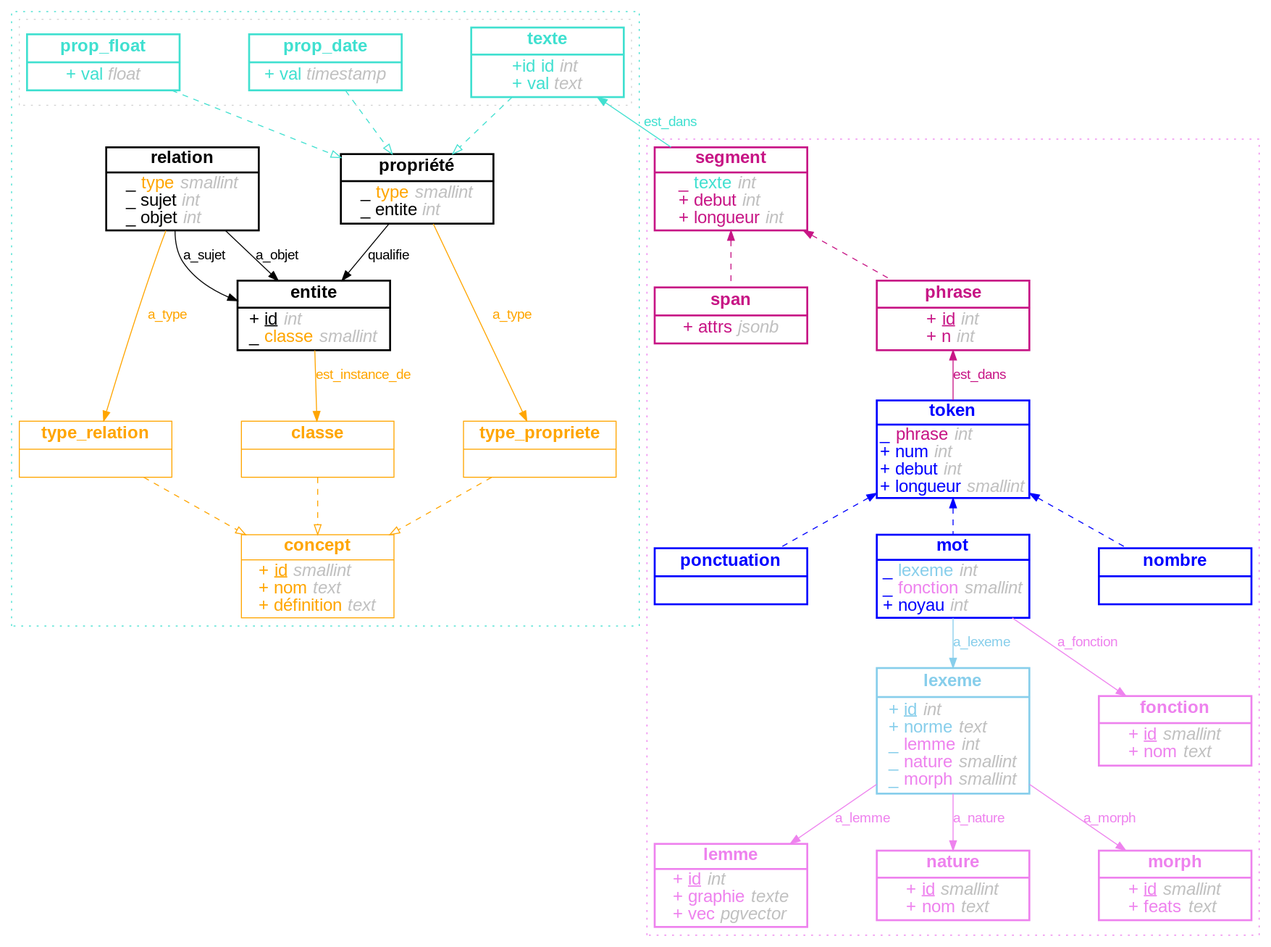
thjbdvlt/litteralement keeps this Graphviz diagram as img/diagram_records.dot.png. Above is the earlier version. Its source is kept beside it as img/diagram_records.dot.
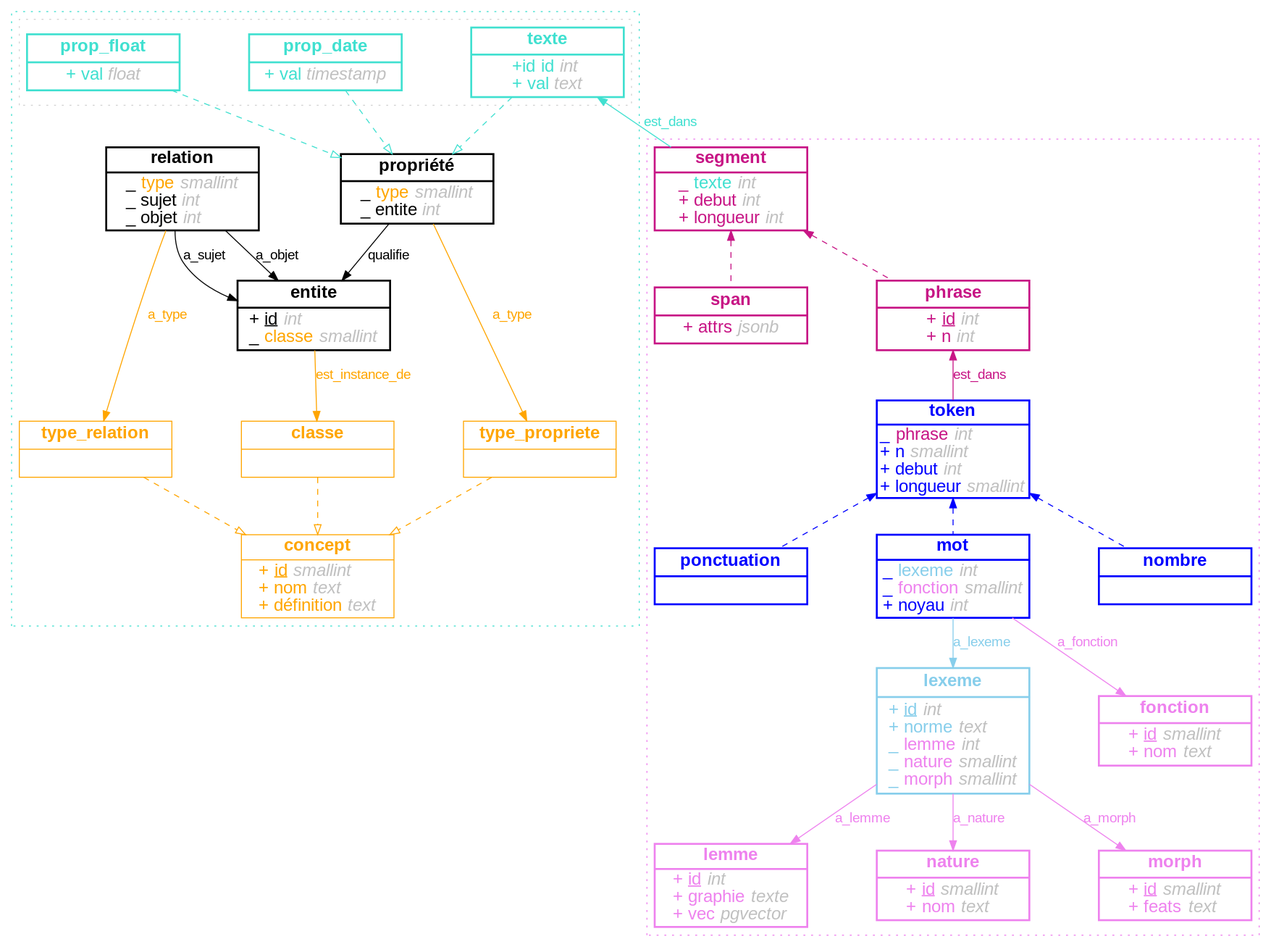
Later version of the same file.

The edit, as a diff of the source:
```diff
@@ -255,7 +255,7 @@
             label= <{
 <b>token</b> |
 _ <font color="mediumvioletred">phrase</font> <i><font color="grey">int</font></i><br align="left"/>
-+ num <i><font color="grey">int</font></i><br align="left"/>
++ n <i><font color="grey">smallint</font></i><br align="left"/>
 + debut <i><font color="grey">int</font></i><br align="left"/>
 + longueur <i><font color="grey">smallint</font></i><br align="left"/>
 }>
```
